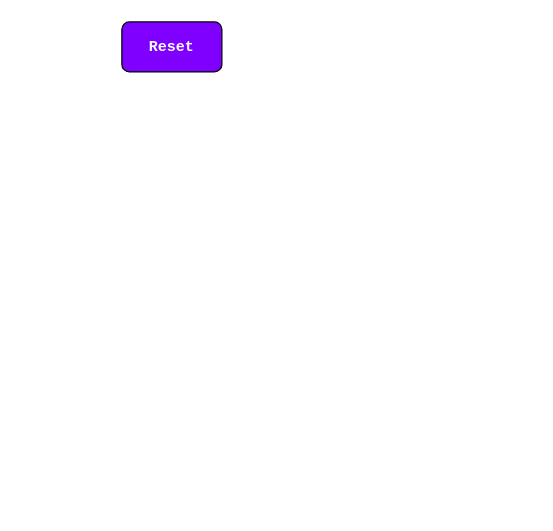
The draw.io diagram page "Page-6" (6 of 6) of CS1301/Untitled Diagram.drawio in printjoshhere/CS1301, before the edit. Source tidied: cells renumbered, new cells numbered last; positions are measured from the earlier drawing's top-left corner, leaving out a move shared by most shapes. Both pictures are drawn from the tidied source at 125%, with x=0, y=0 at pixel (121, 21).
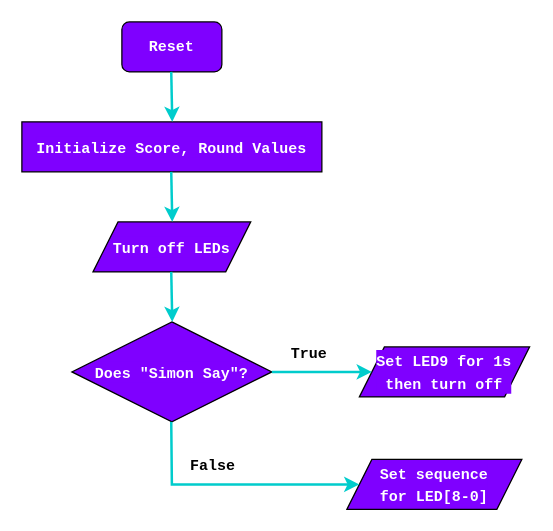
The same diagram, later.

Diff of the diagram source:
```diff
@@
+    <mxCell id="3" value="&lt;b&gt;&lt;font style=&quot;font-size: 12px;&quot; face=&quot;consolas&quot;&gt;Initialize Score, Round Values&lt;/font&gt;&lt;/b&gt;" style="rounded=0;whiteSpace=wrap;html=1;labelBackgroundColor=#7F00FF;fontSize=14;fontColor=#FFFFFF;fillColor=#7F00FF;" parent="1" vertex="1">
+      <mxGeometry x="-80" y="80" width="240" height="40" as="geometry" />
+    </mxCell>
+    <mxCell id="4" value="&lt;font face=&quot;consolas&quot; size=&quot;1&quot;&gt;&lt;b style=&quot;font-size: 12px;&quot;&gt;Turn off LEDs&lt;br&gt;&lt;/b&gt;&lt;/font&gt;" style="shape=parallelogram;perimeter=parallelogramPerimeter;whiteSpace=wrap;html=1;fixedSize=1;labelBackgroundColor=#7F00FF;fontSize=14;fontColor=#FFFFFF;fillColor=#7F00FF;" parent="1" vertex="1">
+      <mxGeometry x="-23.1" y="160" width="126.2" height="40" as="geometry" />
+    </mxCell>
+    <mxCell id="5" style="endArrow=classic;html=1;rounded=0;fontSize=14;fontColor=#FFFFFF;strokeWidth=2;strokeColor=#00CCCC;startArrow=none;" parent="1" edge="1">
+      <mxGeometry relative="1" as="geometry">
+        <mxPoint x="39.5" y="40" as="sourcePoint" />
+        <mxPoint x="40.3" y="80" as="targetPoint" />
+      </mxGeometry>
+    </mxCell>
+    <mxCell id="6" style="endArrow=classic;html=1;rounded=0;fontSize=14;fontColor=#FFFFFF;strokeWidth=2;strokeColor=#00CCCC;startArrow=none;" parent="1" edge="1">
+      <mxGeometry relative="1" as="geometry">
+        <mxPoint x="39.5" y="120" as="sourcePoint" />
+        <mxPoint x="40.3" y="160" as="targetPoint" />
+      </mxGeometry>
+    </mxCell>
+    <mxCell id="7" value="&lt;font face=&quot;consolas&quot;&gt;&lt;span style=&quot;font-size: 12px;&quot;&gt;&lt;b&gt;Does &quot;Simon Say&quot;?&lt;/b&gt;&lt;/span&gt;&lt;/font&gt;" style="rhombus;whiteSpace=wrap;html=1;labelBackgroundColor=#7F00FF;fontSize=14;fontColor=#FFFFFF;fillColor=#7F00FF;" parent="1" vertex="1">
+      <mxGeometry x="-40" y="240" width="160" height="80" as="geometry" />
+    </mxCell>
+    <mxCell id="8" style="endArrow=classic;html=1;rounded=0;fontSize=14;fontColor=#FFFFFF;strokeWidth=2;strokeColor=#00CCCC;startArrow=none;" parent="1" edge="1">
+      <mxGeometry relative="1" as="geometry">
+        <mxPoint x="39.5" y="200" as="sourcePoint" />
+        <mxPoint x="40.3" y="240" as="targetPoint" />
+      </mxGeometry>
+    </mxCell>
+    <mxCell id="9" value="&lt;font face=&quot;consolas&quot; color=&quot;#000000&quot;&gt;&lt;b&gt;False&lt;/b&gt;&lt;/font&gt;" style="text;html=1;strokeColor=none;fillColor=none;align=center;verticalAlign=middle;whiteSpace=wrap;rounded=0;fontSize=12;fontColor=#FFFFFF;" parent="1" vertex="1">
+      <mxGeometry x="43.1" y="340" width="60" height="30" as="geometry" />
+    </mxCell>
+    <mxCell id="10" value="&lt;b style=&quot;--tw-translate-x:0; --tw-translate-y:0; --tw-rotate:0; --tw-skew-x:0; --tw-skew-y:0; --tw-scale-x:1; --tw-scale-y:1; --tw-pan-x: ; --tw-pan-y: ; --tw-pinch-zoom: ; --tw-scroll-snap-strictness:proximity; --tw-ordinal: ; --tw-slashed-zero: ; --tw-numeric-figure: ; --tw-numeric-spacing: ; --tw-numeric-fraction: ; --tw-ring-inset: ; --tw-ring-offset-width:0px; --tw-ring-offset-color:#fff; --tw-ring-color:rgb(59 130 246 / 0.5); --tw-ring-offset-shadow:0 0 #0000; --tw-ring-shadow:0 0 #0000; --tw-shadow:0 0 #0000; --tw-shadow-colored:0 0 #0000; --tw-blur: ; --tw-brightness: ; --tw-contrast: ; --tw-grayscale: ; --tw-hue-rotate: ; --tw-invert: ; --tw-saturate: ; --tw-sepia: ; --tw-drop-shadow: ; --tw-backdrop-blur: ; --tw-backdrop-brightness: ; --tw-backdrop-contrast: ; --tw-backdrop-grayscale: ; --tw-backdrop-hue-rotate: ; --tw-backdrop-invert: ; --tw-backdrop-opacity: ; --tw-backdrop-saturate: ; --tw-backdrop-sepia: ; border-color: var(--border-color); color: rgb(0, 0, 0); font-family: consolas;&quot;&gt;True&lt;/b&gt;" style="text;html=1;strokeColor=none;fillColor=none;align=center;verticalAlign=middle;whiteSpace=wrap;rounded=0;fontSize=12;fontColor=#FFFFFF;" parent="1" vertex="1">
+      <mxGeometry x="120" y="250" width="60" height="30" as="geometry" />
+    </mxCell>
+    <mxCell id="11" value="&lt;font face=&quot;consolas&quot; size=&quot;1&quot;&gt;&lt;b style=&quot;font-size: 12px;&quot;&gt;Set LED9 for 1s&lt;br&gt;then turn off&lt;br&gt;&lt;/b&gt;&lt;/font&gt;" style="shape=parallelogram;perimeter=parallelogramPerimeter;whiteSpace=wrap;html=1;fixedSize=1;labelBackgroundColor=#7F00FF;fontSize=14;fontColor=#FFFFFF;fillColor=#7F00FF;" parent="1" vertex="1">
+      <mxGeometry x="190" y="260" width="136.2" height="40" as="geometry" />
+    </mxCell>
+    <mxCell id="12" style="endArrow=classic;html=1;rounded=0;fontSize=14;fontColor=#FFFFFF;strokeWidth=2;strokeColor=#00CCCC;startArrow=none;entryX=0;entryY=0.5;entryDx=0;entryDy=0;" parent="1" edge="1" target="11">
+      <mxGeometry relative="1" as="geometry">
+        <mxPoint x="120" y="280" as="sourcePoint" />
+      </mxGeometry>
+    </mxCell>
+    <mxCell id="13" value="&lt;font face=&quot;consolas&quot; size=&quot;1&quot;&gt;&lt;b style=&quot;font-size: 12px;&quot;&gt;Set sequence &lt;br&gt;for LED[8-0]&lt;br&gt;&lt;/b&gt;&lt;/font&gt;" style="shape=parallelogram;perimeter=parallelogramPerimeter;whiteSpace=wrap;html=1;fixedSize=1;labelBackgroundColor=#7F00FF;fontSize=14;fontColor=#FFFFFF;fillColor=#7F00FF;" parent="1" vertex="1">
+      <mxGeometry x="180" y="350" width="140" height="40" as="geometry" />
+    </mxCell>
+    <mxCell id="14" style="endArrow=classic;html=1;rounded=0;fontSize=14;fontColor=#FFFFFF;strokeWidth=2;strokeColor=#00CCCC;startArrow=none;entryX=0;entryY=0.5;entryDx=0;entryDy=0;" parent="1" edge="1" target="13">
+      <mxGeometry relative="1" as="geometry">
+        <mxPoint x="39.5" y="320" as="sourcePoint" />
+        <Array as="points">
+          <mxPoint x="40" y="370" />
+        </Array>
+      </mxGeometry>
+    </mxCell>
```
